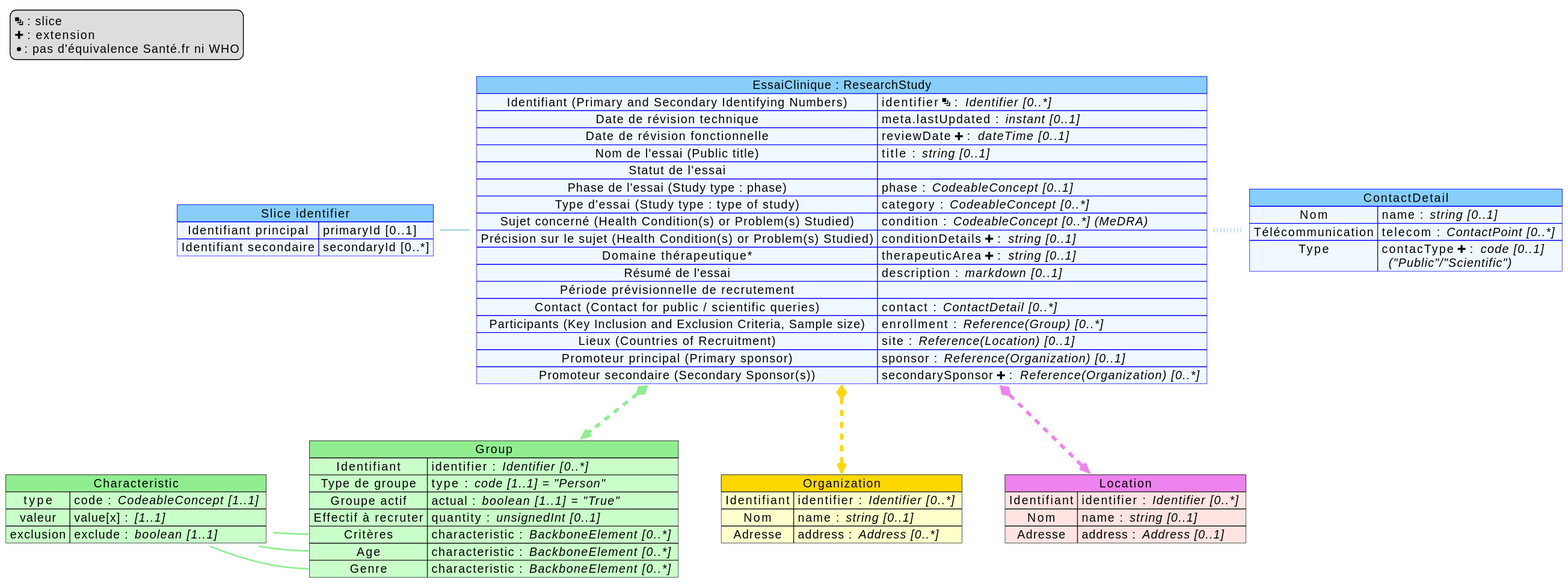
Earlier version of the PlantUML export input/images/mappingResearchStudy.svg (ansforge/essais-cliniques).
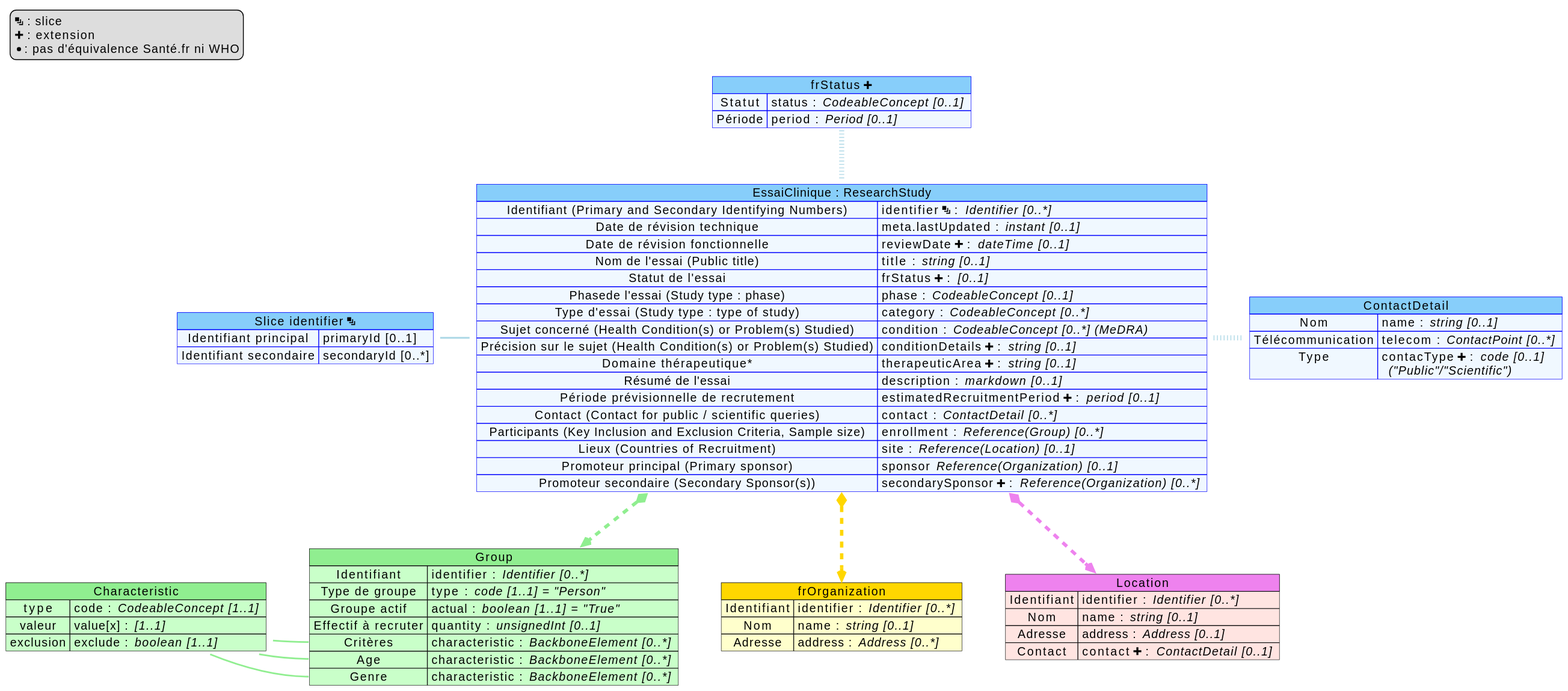
Later version of the same file.

Commit message:
Maj mapping + vueGlobale

Diff of the diagram source:
```diff
@@ -5,7 +5,12 @@
     Type => contacType <&plus> : // code [0..1] // \n // ("Public"/"Scientific") //
 }
 
-map "Slice identifier" as slice_identifier #back:AliceBlue;header:LightSkyBlue;line:blue {
+map "frStatus <&plus>" as frStatus #back:AliceBlue;header:LightSkyBlue;line:blue {
+    Statut => status : // CodeableConcept [0..1] //
+    Période => period : // Period [0..1] //
+}
+
+map "Slice identifier <&layers>" as slice_identifier #back:AliceBlue;header:LightSkyBlue;line:blue {
     Identifiant principal => primaryId [0..1]
     Identifiant secondaire => secondaryId [0..*]
 }
@@ -26,7 +31,7 @@
     exclusion => exclude : // boolean [1..1] //
 }
 
-map "Organization" as Organization #back:BUSINESS;header:Gold {
+map "frOrganization" as Organization #back:BUSINESS;header:Gold {
     Identifiant => identifier : // Identifier [0..*] //
     Nom => name : // string [0..1] //
     Adresse => address : // Address [0..*] //
@@ -36,6 +41,7 @@
     Identifiant => identifier : // Identifier [0..*] //
     Nom => name : // string [0..1] //
     Adresse => address : // Address [0..1] //
+    Contact => contact <&plus> : // ContactDetail [0..1] //
 }
 
 map "EssaiClinique : ResearchStudy" as RS #back:AliceBlue;header:LightSkyBlue;line:blue {
@@ -43,18 +49,18 @@
     Date de révision technique => meta.lastUpdated : // instant [0..1] //
     Date de révision fonctionnelle => reviewDate <&plus> : // dateTime [0..1] //
     Nom de l'essai (Public title) => title : // string [0..1] //
-    Statut de l'essai =>
-    Phase de l'essai (Study type : phase) => phase : // CodeableConcept [0..1] //
+    Statut de l'essai => frStatus <&plus> : // [0..1] //
+    Phasede l'essai (Study type : phase) => phase : // CodeableConcept [0..1] //
     Type d'essai (Study type : type of study) => category : // CodeableConcept [0..*] //
     Sujet concerné (Health Condition(s) or Problem(s) Studied) => condition : // CodeableConcept [0..*] (MeDRA) //
     Précision sur le sujet (Health Condition(s)  or  Problem(s) Studied) => conditionDetails <&plus> : // string [0..1] //
     Domaine thérapeutique* => therapeuticArea <&plus> : // string [0..1] //
     Résumé de l'essai => description : // markdown [0..1] //
-    Période prévisionnelle de recrutement =>
+    Période prévisionnelle de recrutement => estimatedRecruitmentPeriod <&plus> : // period [0..1] //
     Contact (Contact for public / scientific queries) => contact : // ContactDetail [0..*] //
-    Participants (Key Inclusion and Exclusion Criteria, Sample size)=> enrollment : // Reference(Group) [0..*] //
+    Participants (Key Inclusion and Exclusion Criteria, Sample size) => enrollment : // Reference(Group) [0..*] //
     Lieux (Countries of Recruitment) => site : // Reference(Location) [0..1] //
-    Promoteur principal (Primary sponsor) => sponsor : // Reference(Organization) [0..1] //
+    Promoteur principal (Primary sponsor) => sponsor // Reference(Organization) [0..1] //
     Promoteur secondaire (Secondary Sponsor(s)) => secondarySponsor <&plus> : // Reference(Organization) [0..*] //
 }
 
@@ -62,10 +68,13 @@
 RS::Lieux *-[#Violet,dashed,thickness=4]-> Location
 RS::Participants *-[#LightGreen,dashed,thickness=4]-> Group
 RS::Promoteur *-[#Gold,dashed,thickness=4]-> Organization
-RS::Identifiant -left[#lightBlue,thickness=2] slice_identifier
+
+RS::Identifant -left[#lightBlue,thickness=2] slice_identifier
 RS::Contact -[#lightBlue,dotted,thickness=6] Contact
+frStatus -[#lightBlue,dotted,thickness=6]- RS::Statut
 
 Group -[hidden] Organization
+
 
 Group::Critères -left[#LightGreen,thickness=2]> Characteristic
 Group::Age -left[#LightGreen,thickness=2]> Characteristic
```
